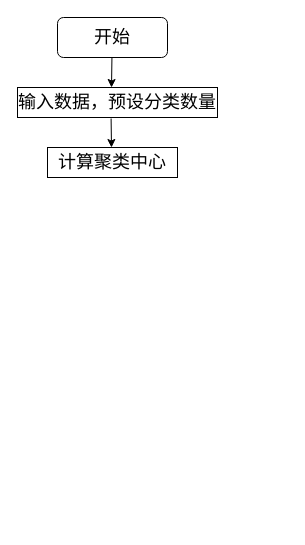
Before: temporary/Kmeans.drawio in kristinsm/ReviewData, a draw.io diagram. Source tidied: cells renumbered, new cells numbered last; positions are measured from the earlier drawing's top-left corner, leaving out a move shared by most shapes. Both pictures are drawn from the tidied source at 100%, with x=0, y=0 at pixel (17, 17).
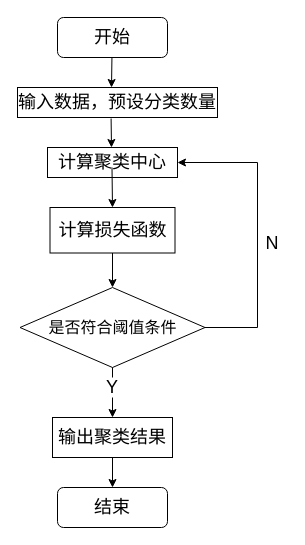
Above is the later version.

The change refers to these unchanged cells:
```xml
<mxCell id="6" value="计算聚类中心" style="rounded=0;whiteSpace=wrap;html=1;fontSize=18;" parent="1" vertex="1">
  <mxGeometry x="30" y="130" width="130" height="30" as="geometry" />
</mxCell>
```

Diff of the diagram source:
```diff
@@
+    <mxCell id="7" style="endArrow=classic;html=1;rounded=0;" parent="1" edge="1">
+      <mxGeometry relative="1" as="geometry">
+        <mxPoint x="94.5" y="150" as="sourcePoint" />
+        <mxPoint x="95" y="190" as="targetPoint" />
+      </mxGeometry>
+    </mxCell>
+    <mxCell id="8" value="&lt;font size=&quot;3&quot;&gt;是否符合阈值条件&lt;/font&gt;" style="rhombus;whiteSpace=wrap;html=1;" parent="1" vertex="1">
+      <mxGeometry x="2.5" y="270" width="185" height="80" as="geometry" />
+    </mxCell>
+    <mxCell id="9" style="endArrow=classic;html=1;rounded=0;fontSize=18;exitX=0.5;exitY=1;exitDx=0;exitDy=0;startArrow=none;" parent="1" edge="1" source="14">
+      <mxGeometry relative="1" as="geometry">
+        <mxPoint x="95" y="400" as="targetPoint" />
+      </mxGeometry>
+    </mxCell>
+    <mxCell id="10" value="计算损失函数" style="rounded=0;whiteSpace=wrap;html=1;fontSize=18;" parent="1" vertex="1">
+      <mxGeometry x="32.5" y="190" width="125" height="45.5" as="geometry" />
+    </mxCell>
+    <mxCell id="11" style="endArrow=classic;html=1;rounded=0;fontSize=18;exitX=0.5;exitY=1;exitDx=0;exitDy=0;" parent="1" edge="1" source="10">
+      <mxGeometry relative="1" as="geometry">
+        <mxPoint x="95" y="270" as="targetPoint" />
+      </mxGeometry>
+    </mxCell>
+    <mxCell id="12" style="endArrow=classic;html=1;rounded=0;fontSize=18;entryX=1;entryY=0.5;entryDx=0;entryDy=0;" parent="1" edge="1" target="6">
+      <mxGeometry relative="1" as="geometry">
+        <mxPoint x="187.5" y="310" as="sourcePoint" />
+        <Array as="points">
+          <mxPoint x="240" y="310" />
+          <mxPoint x="240" y="145" />
+        </Array>
+      </mxGeometry>
+    </mxCell>
+    <mxCell id="13" value="N" style="text;html=1;strokeColor=none;fillColor=none;align=center;verticalAlign=middle;whiteSpace=wrap;rounded=0;fontSize=18;" parent="1" vertex="1">
+      <mxGeometry x="240" y="215.5" width="30" height="20" as="geometry" />
+    </mxCell>
+    <mxCell id="14" value="Y" style="text;html=1;strokeColor=none;fillColor=none;align=center;verticalAlign=middle;whiteSpace=wrap;rounded=0;fontSize=18;" parent="1" vertex="1">
+      <mxGeometry x="90" y="360" width="10" height="20" as="geometry" />
+    </mxCell>
+    <mxCell id="15" style="endArrow=none;html=1;rounded=0;fontSize=18;exitX=0.5;exitY=1;exitDx=0;exitDy=0;" parent="1" edge="1" source="8" target="14">
+      <mxGeometry relative="1" as="geometry" />
+    </mxCell>
+    <mxCell id="16" value="输出聚类结果" style="rounded=0;whiteSpace=wrap;html=1;fontSize=18;" parent="1" vertex="1">
+      <mxGeometry x="35" y="400" width="120" height="40" as="geometry" />
+    </mxCell>
+    <mxCell id="17" style="endArrow=classic;html=1;rounded=0;fontSize=18;exitX=0.5;exitY=1;exitDx=0;exitDy=0;" parent="1" edge="1" source="16">
+      <mxGeometry relative="1" as="geometry">
+        <mxPoint x="95" y="470" as="targetPoint" />
+      </mxGeometry>
+    </mxCell>
+    <mxCell id="18" value="&lt;span style=&quot;font-size: 18px;&quot;&gt;结束&lt;/span&gt;" style="rounded=1;whiteSpace=wrap;html=1;" parent="1" vertex="1">
+      <mxGeometry x="40" y="470" width="110" height="40" as="geometry" />
+    </mxCell>
```
